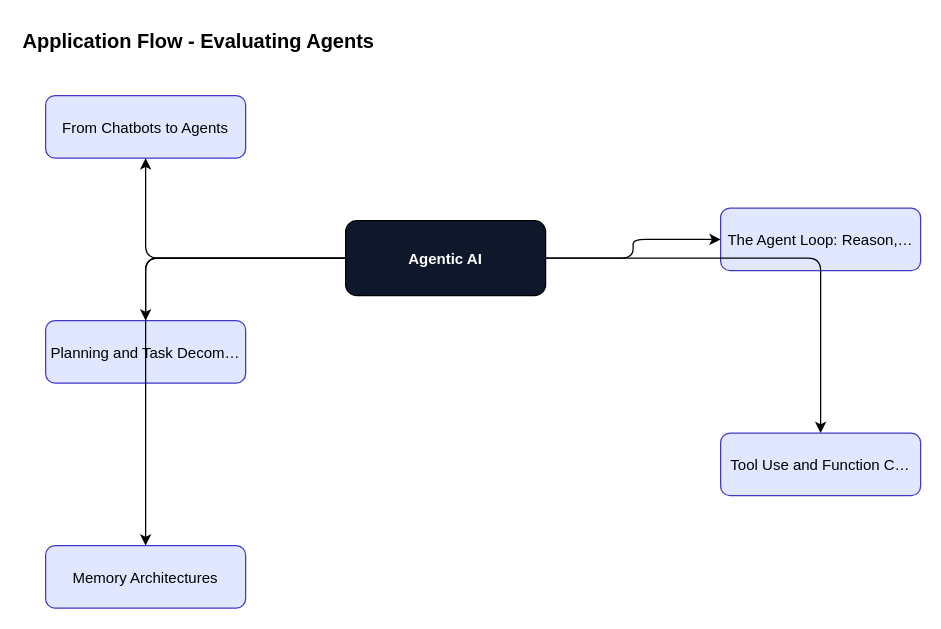
Above: content/agentic-ai/agentic-ai-foundations/diagrams/fig-015-application-flow.drawio in ankit05121980/AI-University (draw.io), before the change. Source tidied: cells renumbered, new cells numbered last; positions are measured from the earlier drawing's top-left corner, leaving out a move shared by most shapes. Both pictures are drawn from the tidied source at 125%, with x=0, y=0 at pixel (20, 20).
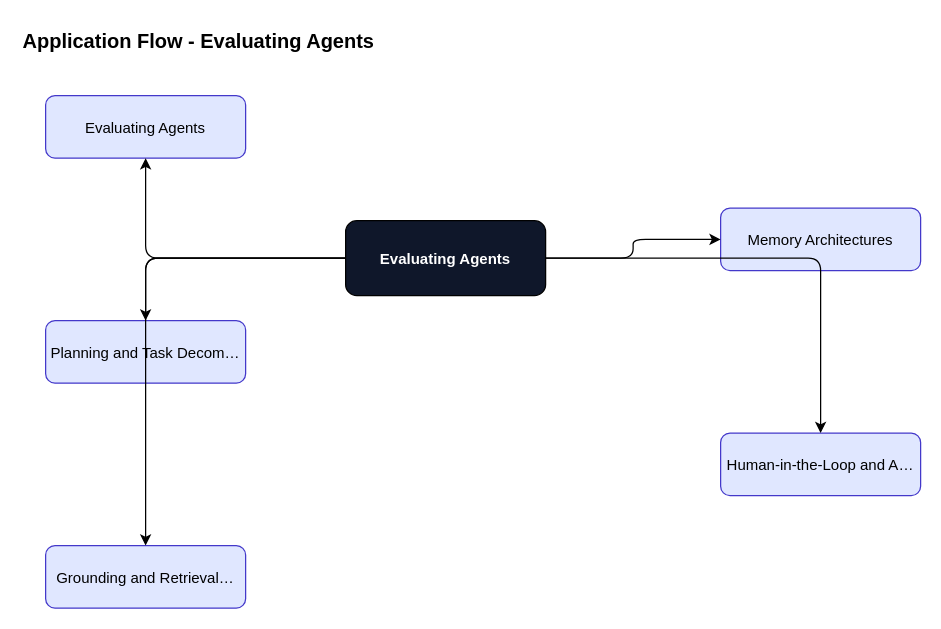
The same diagram, later.

The edit, as a diff of the source:
```diff
@@
 <mxGraphModel>
   <root>
     <mxCell id="0" />
     <mxCell id="1" parent="0" />
     <mxCell id="2" value="Application Flow - Evaluating Agents" style="text;fontSize=16;fontStyle=1;" parent="1" vertex="1">
       <mxGeometry width="600" height="30" as="geometry" />
     </mxCell>
-    <mxCell id="3" value="Agentic AI" style="rounded=1;fillColor=#0f172a;fontColor=#ffffff;fontStyle=1;" parent="1" vertex="1">
+    <mxCell id="3" value="Evaluating Agents" style="rounded=1;fillColor=#0f172a;fontColor=#ffffff;fontStyle=1;" parent="1" vertex="1">
       <mxGeometry x="260" y="160" width="160" height="60" as="geometry" />
     </mxCell>
-    <mxCell id="4" value="From Chatbots to Agents" style="rounded=1;fillColor=#e0e7ff;strokeColor=#4338ca;" parent="1" vertex="1">
+    <mxCell id="4" value="Evaluating Agents" style="rounded=1;fillColor=#e0e7ff;strokeColor=#4338ca;" parent="1" vertex="1">
       <mxGeometry x="20" y="60" width="160" height="50" as="geometry" />
     </mxCell>
     <mxCell id="5" style="edgeStyle=orthogonalEdgeStyle;" parent="1" edge="1" source="3" target="4">
       <mxGeometry relative="1" as="geometry" />
     </mxCell>
-    <mxCell id="6" value="The Agent Loop: Reason,…" style="rounded=1;fillColor=#e0e7ff;strokeColor=#4338ca;" parent="1" vertex="1">
+    <mxCell id="6" value="Memory Architectures" style="rounded=1;fillColor=#e0e7ff;strokeColor=#4338ca;" parent="1" vertex="1">
       <mxGeometry x="560" y="150" width="160" height="50" as="geometry" />
     </mxCell>
     <mxCell id="7" style="edgeStyle=orthogonalEdgeStyle;" parent="1" edge="1" source="3" target="6">
       <mxGeometry relative="1" as="geometry" />
     </mxCell>
     <mxCell id="8" value="Planning and Task Decom…" style="rounded=1;fillColor=#e0e7ff;strokeColor=#4338ca;" parent="1" vertex="1">
       <mxGeometry x="20" y="240" width="160" height="50" as="geometry" />
     </mxCell>
     <mxCell id="9" style="edgeStyle=orthogonalEdgeStyle;" parent="1" edge="1" source="3" target="8">
       <mxGeometry relative="1" as="geometry" />
     </mxCell>
-    <mxCell id="10" value="Tool Use and Function C…" style="rounded=1;fillColor=#e0e7ff;strokeColor=#4338ca;" parent="1" vertex="1">
+    <mxCell id="10" value="Human-in-the-Loop and A…" style="rounded=1;fillColor=#e0e7ff;strokeColor=#4338ca;" parent="1" vertex="1">
       <mxGeometry x="560" y="330" width="160" height="50" as="geometry" />
     </mxCell>
     <mxCell id="11" style="edgeStyle=orthogonalEdgeStyle;" parent="1" edge="1" source="3" target="10">
       <mxGeometry relative="1" as="geometry" />
     </mxCell>
-    <mxCell id="12" value="Memory Architectures" style="rounded=1;fillColor=#e0e7ff;strokeColor=#4338ca;" parent="1" vertex="1">
+    <mxCell id="12" value="Grounding and Retrieval…" style="rounded=1;fillColor=#e0e7ff;strokeColor=#4338ca;" parent="1" vertex="1">
       <mxGeometry x="20" y="420" width="160" height="50" as="geometry" />
     </mxCell>
     <mxCell id="13" style="edgeStyle=orthogonalEdgeStyle;" parent="1" edge="1" source="3" target="12">
       <mxGeometry relative="1" as="geometry" />
     </mxCell>
   </root>
 </mxGraphModel>
```
